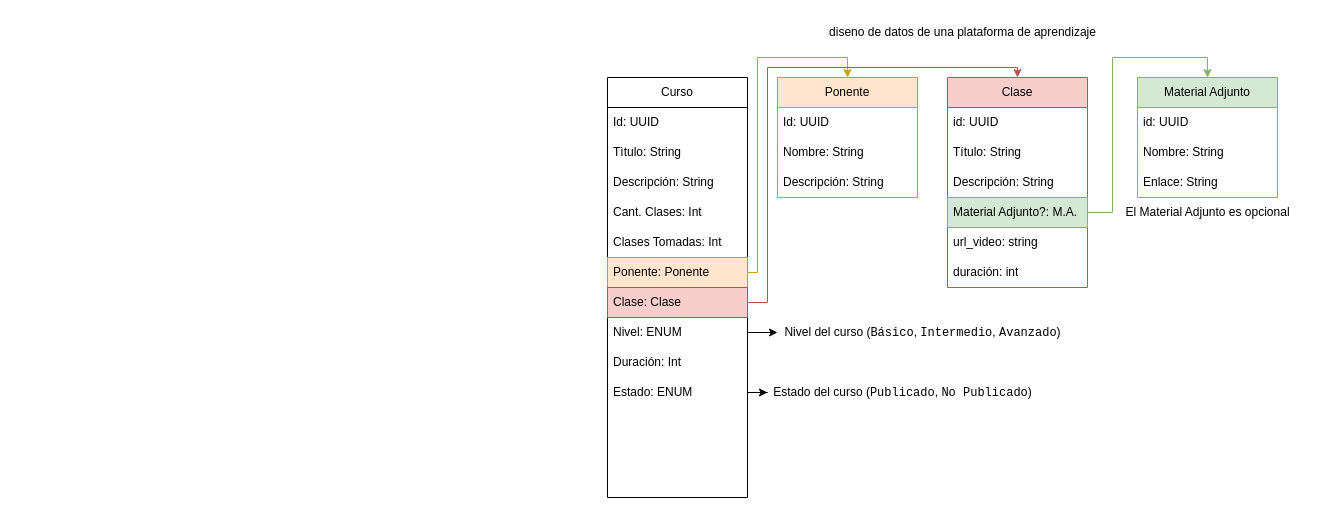
This is Diagrama sin título.drawio from dacaza3812/3, a draw.io file, before an edit. Source tidied: cells renumbered, new cells numbered last; positions are measured from the earlier drawing's top-left corner, leaving out a move shared by most shapes. Both pictures are drawn from the tidied source at 100%, with x=0, y=0 at pixel (607, 17).
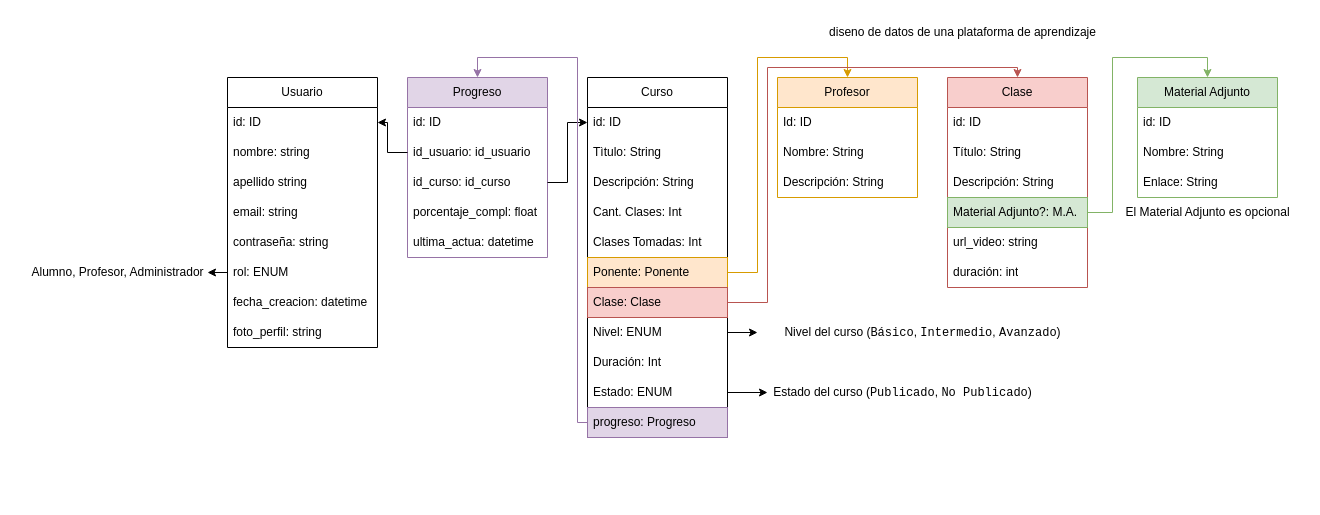
The same diagram, later.

The change refers to these unchanged cells:
```xml
<mxCell id="21" value="Clase" style="swimlane;fontStyle=0;horizontal=1;startSize=30;whiteSpace=wrap;html=1;fillColor=#f8cecc;strokeColor=#b85450;" parent="1" vertex="1">
  <mxGeometry x="340" y="60" width="140" height="210" as="geometry" />
</mxCell>
<mxCell id="31" value="Material Adjunto" style="swimlane;fontStyle=0;horizontal=1;startSize=30;whiteSpace=wrap;html=1;fillColor=#d5e8d4;strokeColor=#82b366;" parent="1" vertex="1">
  <mxGeometry x="530" y="60" width="140" height="120" as="geometry" />
</mxCell>
```

What changed in the source:
```diff
@@
     <mxCell id="2" value="Curso" style="swimlane;fontStyle=0;horizontal=1;startSize=30;whiteSpace=wrap;html=1;" parent="1" vertex="1">
-      <mxGeometry y="60" width="140" height="420" as="geometry" />
+      <mxGeometry x="-20" y="60" width="140" height="360" as="geometry" />
     </mxCell>
-    <mxCell id="3" value="Id: UUID" style="text;strokeColor=none;fillColor=none;align=left;verticalAlign=middle;spacingLeft=4;spacingRight=4;overflow=hidden;points=[[0,0.5],[1,0.5]];portConstraint=eastwest;whiteSpace=wrap;html=1;" parent="2" vertex="1">
+    <mxCell id="3" value="id: ID" style="text;strokeColor=none;fillColor=none;align=left;verticalAlign=middle;spacingLeft=4;spacingRight=4;overflow=hidden;points=[[0,0.5],[1,0.5]];portConstraint=eastwest;whiteSpace=wrap;html=1;" parent="2" vertex="1">
       <mxGeometry y="30" width="140" height="30" as="geometry" />
     </mxCell>
@@
-    <mxCell id="14" style="text;align=left;verticalAlign=middle;spacingLeft=4;spacingRight=4;overflow=hidden;whiteSpace=wrap;html=1;" parent="2" vertex="1">
-      <mxGeometry y="330" width="140" height="30" as="geometry" />
-    </mxCell>
-    <mxCell id="15" style="text;align=left;verticalAlign=middle;spacingLeft=4;spacingRight=4;overflow=hidden;whiteSpace=wrap;html=1;" parent="2" vertex="1">
-      <mxGeometry y="360" width="140" height="30" as="geometry" />
-    </mxCell>
-    <mxCell id="16" style="text;align=left;verticalAlign=middle;spacingLeft=4;spacingRight=4;overflow=hidden;whiteSpace=wrap;html=1;" parent="2" vertex="1">
-      <mxGeometry y="390" width="140" height="30" as="geometry" />
-    </mxCell>
+    <mxCell id="40" value="progreso: Progreso" style="text;align=left;verticalAlign=middle;spacingLeft=4;spacingRight=4;overflow=hidden;points=[[0,0.5],[1,0.5]];portConstraint=eastwest;whiteSpace=wrap;html=1;fillColor=#e1d5e7;strokeColor=#9673a6;" parent="2" vertex="1">
+      <mxGeometry y="330" width="140" height="30" as="geometry" />
+    </mxCell>
-    <mxCell id="17" value="Ponente" style="swimlane;fontStyle=0;horizontal=1;startSize=30;whiteSpace=wrap;html=1;fillColor=#ffe6cc;strokeColor=#d79b00;" parent="1" vertex="1">
+    <mxCell id="17" value="Profesor" style="swimlane;fontStyle=0;horizontal=1;startSize=30;whiteSpace=wrap;html=1;fillColor=#ffe6cc;strokeColor=#d79b00;" parent="1" vertex="1">
       <mxGeometry x="170" y="60" width="140" height="120" as="geometry" />
     </mxCell>
-    <mxCell id="18" value="Id: UUID" style="text;strokeColor=none;fillColor=none;align=left;verticalAlign=middle;spacingLeft=4;spacingRight=4;overflow=hidden;whiteSpace=wrap;html=1;" parent="17" vertex="1">
+    <mxCell id="18" value="Id: ID" style="text;strokeColor=none;fillColor=none;align=left;verticalAlign=middle;spacingLeft=4;spacingRight=4;overflow=hidden;whiteSpace=wrap;html=1;" parent="17" vertex="1">
       <mxGeometry y="30" width="140" height="30" as="geometry" />
     </mxCell>
@@
-    <mxCell id="22" value="id: UUID" style="text;strokeColor=none;fillColor=none;align=left;verticalAlign=middle;spacingLeft=4;spacingRight=4;overflow=hidden;whiteSpace=wrap;html=1;" parent="21" vertex="1">
+    <mxCell id="22" value="id: ID" style="text;strokeColor=none;fillColor=none;align=left;verticalAlign=middle;spacingLeft=4;spacingRight=4;overflow=hidden;whiteSpace=wrap;html=1;" parent="21" vertex="1">
       <mxGeometry y="30" width="140" height="30" as="geometry" />
     </mxCell>
@@
-    <mxCell id="32" value="id: UUID" style="text;strokeColor=none;fillColor=none;align=left;verticalAlign=middle;spacingLeft=4;spacingRight=4;overflow=hidden;whiteSpace=wrap;html=1;" parent="31" vertex="1">
+    <mxCell id="32" value="id: ID" style="text;strokeColor=none;fillColor=none;align=left;verticalAlign=middle;spacingLeft=4;spacingRight=4;overflow=hidden;whiteSpace=wrap;html=1;" parent="31" vertex="1">
       <mxGeometry y="30" width="140" height="30" as="geometry" />
     </mxCell>
@@
-    <mxCell id="37" value="Estado del curso (&lt;code&gt;Publicado&lt;/code&gt;, &lt;code&gt;No Publicado&lt;/code&gt;)" style="text;html=1;align=center;verticalAlign=middle;points=[];strokeColor=none;fillColor=none;" parent="1" vertex="1">
+    <mxCell id="37" value="Estado del curso (&lt;font face=&quot;monospace&quot;&gt;Publicado&lt;/font&gt;, &lt;code&gt;No Publicado&lt;/code&gt;)" style="text;html=1;align=center;verticalAlign=middle;points=[];strokeColor=none;fillColor=none;" parent="1" vertex="1">
       <mxGeometry x="160" y="360" width="270" height="30" as="geometry" />
     </mxCell>
@@
-    <mxCell id="39" value="Nivel del curso (&lt;code&gt;Básico&lt;/code&gt;, &lt;code&gt;Intermedio&lt;/code&gt;, &lt;code&gt;Avanzado&lt;/code&gt;)" style="text;html=1;align=center;verticalAlign=middle;strokeColor=none;fillColor=none;" parent="1" vertex="1">
+    <mxCell id="39" value="Nivel del curso (&lt;font face=&quot;monospace&quot;&gt;Básico&lt;/font&gt;, &lt;code&gt;Intermedio&lt;/code&gt;, &lt;code&gt;Avanzado&lt;/code&gt;)" style="text;html=1;align=center;verticalAlign=middle;strokeColor=none;fillColor=none;" parent="1" vertex="1">
       <mxGeometry x="170" y="300" width="290" height="30" as="geometry" />
     </mxCell>
+    <mxCell id="41" value="Progreso" style="swimlane;fontStyle=0;horizontal=1;startSize=30;whiteSpace=wrap;html=1;fillColor=#e1d5e7;strokeColor=#9673a6;" parent="1" vertex="1">
+      <mxGeometry x="-200" y="60" width="140" height="180" as="geometry" />
+    </mxCell>
+    <mxCell id="42" value="id: ID" style="text;strokeColor=none;fillColor=none;align=left;verticalAlign=middle;spacingLeft=4;spacingRight=4;overflow=hidden;whiteSpace=wrap;html=1;" parent="41" vertex="1">
+      <mxGeometry y="30" width="140" height="30" as="geometry" />
+    </mxCell>
+    <mxCell id="43" value="id_usuario: id_usuario" style="text;strokeColor=none;fillColor=none;align=left;verticalAlign=middle;spacingLeft=4;spacingRight=4;overflow=hidden;points=[[0,0.5],[1,0.5]];portConstraint=eastwest;whiteSpace=wrap;html=1;" parent="41" vertex="1">
+      <mxGeometry y="60" width="140" height="30" as="geometry" />
+    </mxCell>
+    <mxCell id="44" value="id_curso: id_curso" style="text;strokeColor=none;fillColor=none;align=left;verticalAlign=middle;spacingLeft=4;spacingRight=4;overflow=hidden;points=[[0,0.5],[1,0.5]];portConstraint=eastwest;whiteSpace=wrap;html=1;" parent="41" vertex="1">
+      <mxGeometry y="90" width="140" height="30" as="geometry" />
+    </mxCell>
+    <mxCell id="45" value="porcentaje_compl: float" style="text;strokeColor=none;fillColor=none;align=left;verticalAlign=middle;spacingLeft=4;spacingRight=4;overflow=hidden;whiteSpace=wrap;html=1;" parent="41" vertex="1">
+      <mxGeometry y="120" width="140" height="30" as="geometry" />
+    </mxCell>
+    <mxCell id="46" value="ultima_actua: datetime" style="text;strokeColor=none;fillColor=none;align=left;verticalAlign=middle;spacingLeft=4;spacingRight=4;overflow=hidden;whiteSpace=wrap;html=1;" parent="41" vertex="1">
+      <mxGeometry y="150" width="140" height="30" as="geometry" />
+    </mxCell>
+    <mxCell id="47" style="edgeStyle=orthogonalEdgeStyle;rounded=0;jettySize=auto;html=1;exitX=1;exitY=0.5;exitDx=0;exitDy=0;entryX=0;entryY=0.5;entryDx=0;entryDy=0;" parent="1" edge="1" source="44" target="3">
+      <mxGeometry relative="1" as="geometry" />
+    </mxCell>
+    <mxCell id="48" style="edgeStyle=orthogonalEdgeStyle;rounded=0;jettySize=auto;html=1;exitX=0;exitY=0.5;exitDx=0;exitDy=0;entryX=0.5;entryY=0;entryDx=0;entryDy=0;fillColor=#e1d5e7;strokeColor=#9673a6;" parent="1" edge="1" source="40" target="41">
+      <mxGeometry relative="1" as="geometry">
+        <Array as="points">
+          <mxPoint x="-30" y="405" />
+          <mxPoint x="-30" y="40" />
+          <mxPoint x="-130" y="40" />
+        </Array>
+      </mxGeometry>
+    </mxCell>
+    <mxCell id="49" value="Usuario" style="swimlane;fontStyle=0;horizontal=1;startSize=30;whiteSpace=wrap;html=1;" parent="1" vertex="1">
+      <mxGeometry x="-380" y="60" width="150" height="270" as="geometry" />
+    </mxCell>
+    <mxCell id="50" value="id: ID" style="text;strokeColor=none;fillColor=none;align=left;verticalAlign=middle;spacingLeft=4;spacingRight=4;overflow=hidden;points=[[0,0.5],[1,0.5]];portConstraint=eastwest;whiteSpace=wrap;html=1;" parent="49" vertex="1">
+      <mxGeometry y="30" width="150" height="30" as="geometry" />
+    </mxCell>
+    <mxCell id="51" value="nombre: string" style="text;strokeColor=none;fillColor=none;align=left;verticalAlign=middle;spacingLeft=4;spacingRight=4;overflow=hidden;whiteSpace=wrap;html=1;" parent="49" vertex="1">
+      <mxGeometry y="60" width="150" height="30" as="geometry" />
+    </mxCell>
+    <mxCell id="52" value="apellido string" style="text;strokeColor=none;fillColor=none;align=left;verticalAlign=middle;spacingLeft=4;spacingRight=4;overflow=hidden;whiteSpace=wrap;html=1;" parent="49" vertex="1">
+      <mxGeometry y="90" width="150" height="30" as="geometry" />
+    </mxCell>
+    <mxCell id="53" value="email: string" style="text;strokeColor=none;fillColor=none;align=left;verticalAlign=middle;spacingLeft=4;spacingRight=4;overflow=hidden;whiteSpace=wrap;html=1;" parent="49" vertex="1">
+      <mxGeometry y="120" width="150" height="30" as="geometry" />
+    </mxCell>
+    <mxCell id="54" value="contraseña: string" style="text;strokeColor=none;fillColor=none;align=left;verticalAlign=middle;spacingLeft=4;spacingRight=4;overflow=hidden;whiteSpace=wrap;html=1;" parent="49" vertex="1">
+      <mxGeometry y="150" width="150" height="30" as="geometry" />
+    </mxCell>
+    <mxCell id="55" style="edgeStyle=orthogonalEdgeStyle;rounded=0;jettySize=auto;html=1;exitX=0;exitY=0.5;exitDx=0;exitDy=0;" parent="49" edge="1" source="56">
+      <mxGeometry relative="1" as="geometry">
+        <mxPoint x="-20" y="195" as="targetPoint" />
+      </mxGeometry>
+    </mxCell>
+    <mxCell id="56" value="rol: ENUM" style="text;strokeColor=none;fillColor=none;align=left;verticalAlign=middle;spacingLeft=4;spacingRight=4;overflow=hidden;points=[[0,0.5],[1,0.5]];portConstraint=eastwest;whiteSpace=wrap;html=1;" parent="49" vertex="1">
+      <mxGeometry y="180" width="150" height="30" as="geometry" />
+    </mxCell>
+    <mxCell id="57" value="fecha_creacion: datetime" style="text;strokeColor=none;fillColor=none;align=left;verticalAlign=middle;spacingLeft=4;spacingRight=4;overflow=hidden;whiteSpace=wrap;html=1;" parent="49" vertex="1">
+      <mxGeometry y="210" width="150" height="30" as="geometry" />
+    </mxCell>
+    <mxCell id="58" value="foto_perfil: string" style="text;strokeColor=none;fillColor=none;align=left;verticalAlign=middle;spacingLeft=4;spacingRight=4;overflow=hidden;whiteSpace=wrap;html=1;" parent="49" vertex="1">
+      <mxGeometry y="240" width="150" height="30" as="geometry" />
+    </mxCell>
+    <mxCell id="59" value="Alumno, Profesor, Administrador" style="text;html=1;align=center;verticalAlign=middle;strokeColor=none;fillColor=none;" parent="1" vertex="1">
+      <mxGeometry x="-590" y="240" width="200" height="30" as="geometry" />
+    </mxCell>
+    <mxCell id="60" style="edgeStyle=orthogonalEdgeStyle;rounded=0;jettySize=auto;html=1;exitX=0;exitY=0.5;exitDx=0;exitDy=0;entryX=1;entryY=0.5;entryDx=0;entryDy=0;" parent="1" edge="1" source="43" target="50">
+      <mxGeometry relative="1" as="geometry" />
+    </mxCell>
```
